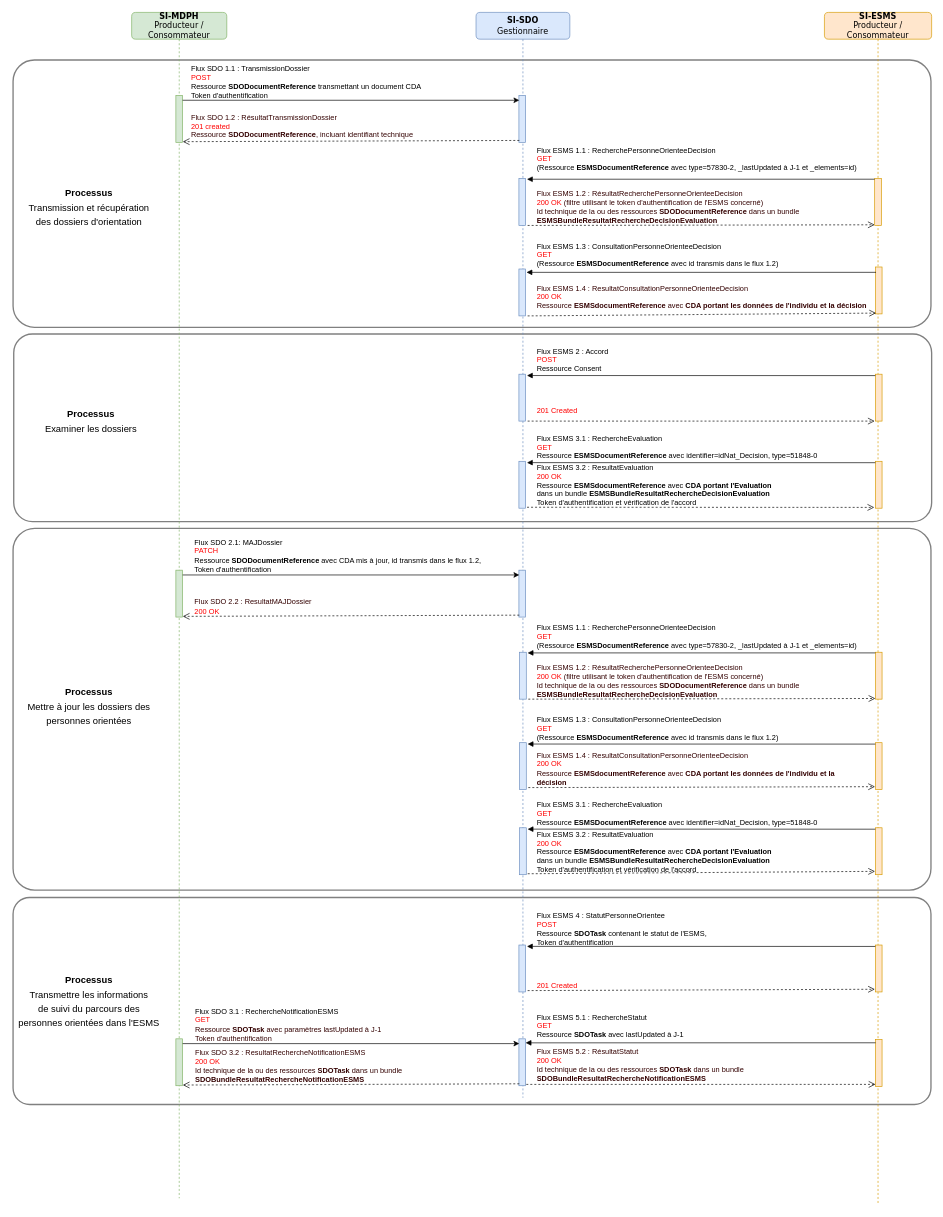
This is input/images/DiagrammeSequence_Global.drawio from ansforge/IG-fhir-medicosocial-suivi-decisions-orientation, a draw.io file, before an edit. Source tidied: cells renumbered, new cells numbered last; positions are measured from the earlier drawing's top-left corner, leaving out a move shared by most shapes. Both pictures are drawn from the tidied source at 67%, with x=0, y=0 at pixel (11, 12).
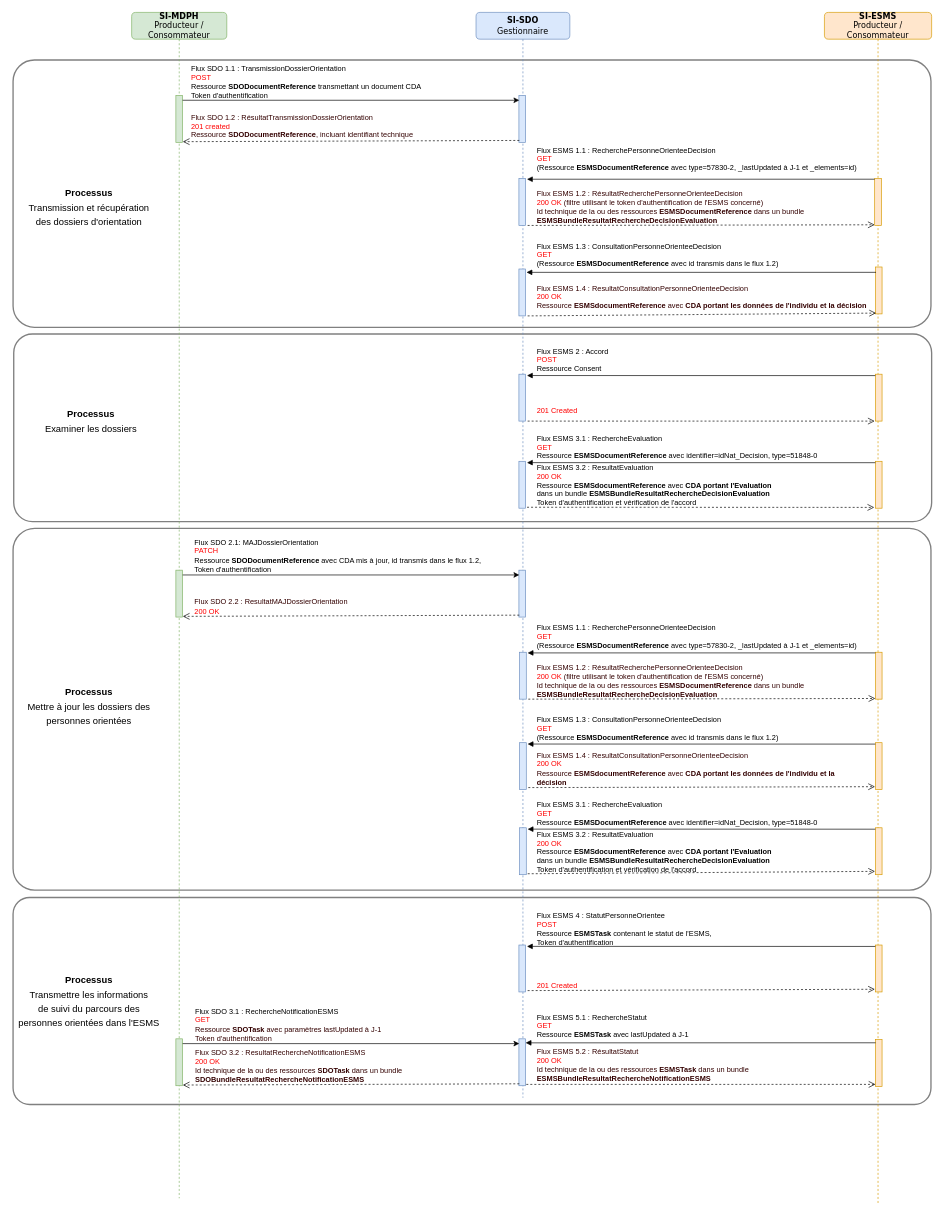
The same diagram, later.

What changed in the source:
```diff
@@
-    <mxCell id="29" value="&lt;div style=&quot;&quot;&gt;&lt;span style=&quot;color: rgb(0, 0, 0); background-color: initial;&quot;&gt;Flux SDO 1.1 : TransmissionDossier&lt;/span&gt;&lt;/div&gt;&lt;div style=&quot;&quot;&gt;&lt;span style=&quot;background-color: initial;&quot;&gt;&lt;font color=&quot;#ff0000&quot;&gt;POST&lt;/font&gt;&lt;/span&gt;&lt;/div&gt;&lt;div style=&quot;color: rgb(0, 0, 0);&quot;&gt;&lt;span style=&quot;background-color: initial;&quot;&gt;Ressource &lt;b&gt;SDODocumentReference &lt;/b&gt;transmettant un document CDA&lt;/span&gt;&lt;/div&gt;&lt;div style=&quot;color: rgb(0, 0, 0);&quot;&gt;&lt;span style=&quot;background-color: initial;&quot;&gt;Token d'authentification&lt;/span&gt;&lt;/div&gt;" style="text;html=1;align=left;verticalAlign=middle;strokeColor=none;fillColor=none;fontSize=11;fontFamily=Helvetica;fontColor=#330000;" parent="1" vertex="1">
+    <mxCell id="29" value="&lt;div style=&quot;&quot;&gt;&lt;span style=&quot;color: rgb(0, 0, 0); background-color: initial;&quot;&gt;Flux SDO 1.1 : TransmissionDossierOrientation&lt;/span&gt;&lt;/div&gt;&lt;div style=&quot;&quot;&gt;&lt;span style=&quot;background-color: initial;&quot;&gt;&lt;font color=&quot;#ff0000&quot;&gt;POST&lt;/font&gt;&lt;/span&gt;&lt;/div&gt;&lt;div style=&quot;color: rgb(0, 0, 0);&quot;&gt;&lt;span style=&quot;background-color: initial;&quot;&gt;Ressource &lt;b&gt;SDODocumentReference &lt;/b&gt;transmettant un document CDA&lt;/span&gt;&lt;/div&gt;&lt;div style=&quot;color: rgb(0, 0, 0);&quot;&gt;&lt;span style=&quot;background-color: initial;&quot;&gt;Token d'authentification&lt;/span&gt;&lt;/div&gt;" style="text;html=1;align=left;verticalAlign=middle;strokeColor=none;fillColor=none;fontSize=11;fontFamily=Helvetica;fontColor=#330000;" parent="1" vertex="1">
       <mxGeometry x="266" y="69" width="370" height="70" as="geometry" />
     </mxCell>
-    <mxCell id="30" value="&lt;div style=&quot;&quot;&gt;&lt;span style=&quot;background-color: rgb(255, 255, 255); color: rgb(51, 0, 0);&quot;&gt;Flux SDO 1.2 : RésultatTransmissionDossier&lt;/span&gt;&lt;/div&gt;&lt;span style=&quot;background-color: rgb(255, 255, 255);&quot;&gt;&lt;div style=&quot;&quot;&gt;201 created&lt;br&gt;&lt;/div&gt;&lt;div style=&quot;&quot;&gt;&lt;font color=&quot;#330000&quot;&gt;Ressource &lt;b&gt;SDODocumentReference&lt;/b&gt;, incluant identifiant technique&lt;/font&gt;&lt;/div&gt;&lt;/span&gt;" style="text;html=1;align=left;verticalAlign=middle;strokeColor=none;fillColor=none;fontSize=11;fontFamily=Helvetica;fontColor=#FF0000;" parent="1" vertex="1">
+    <mxCell id="30" value="&lt;div style=&quot;&quot;&gt;&lt;span style=&quot;background-color: rgb(255, 255, 255); color: rgb(51, 0, 0);&quot;&gt;Flux SDO 1.2 : RésultatTransmissionDossierOrientation&lt;/span&gt;&lt;/div&gt;&lt;span style=&quot;background-color: rgb(255, 255, 255);&quot;&gt;&lt;div style=&quot;&quot;&gt;201 created&lt;br&gt;&lt;/div&gt;&lt;div style=&quot;&quot;&gt;&lt;font color=&quot;#330000&quot;&gt;Ressource &lt;b&gt;SDODocumentReference&lt;/b&gt;, incluant identifiant technique&lt;/font&gt;&lt;/div&gt;&lt;/span&gt;" style="text;html=1;align=left;verticalAlign=middle;strokeColor=none;fillColor=none;fontSize=11;fontFamily=Helvetica;fontColor=#FF0000;" parent="1" vertex="1">
       <mxGeometry x="266" y="145" width="350" height="50" as="geometry" />
     </mxCell>
@@
-    <mxCell id="41" value="&lt;div style=&quot;&quot;&gt;&lt;span style=&quot;background-color: rgb(255, 255, 255); color: rgb(51, 0, 0);&quot;&gt;Flux ESMS 1.2 : RésultatRecherchePersonneOrienteeDecision&lt;/span&gt;&lt;/div&gt;&lt;span style=&quot;background-color: rgb(255, 255, 255);&quot;&gt;&lt;div style=&quot;&quot;&gt;200 OK &lt;font color=&quot;#330000&quot;&gt;(filtre utilisant le token d'authentification de l'ESMS concerné)&lt;/font&gt;&lt;/div&gt;&lt;div style=&quot;color: rgb(51, 0, 0);&quot;&gt;Id technique de la ou des ressources &lt;b&gt;SDODocumentReference &lt;/b&gt;dans un bundle&lt;/div&gt;&lt;div style=&quot;color: rgb(51, 0, 0);&quot;&gt;&lt;b&gt;ESMSBundleResultatRechercheDecisionEvaluation&lt;/b&gt;&lt;br&gt;&lt;/div&gt;&lt;/span&gt;" style="text;html=1;align=left;verticalAlign=middle;strokeColor=none;fillColor=none;fontSize=11;fontFamily=Helvetica;fontColor=#FF0000;" parent="1" vertex="1">
+    <mxCell id="41" value="&lt;div style=&quot;&quot;&gt;&lt;span style=&quot;background-color: rgb(255, 255, 255); color: rgb(51, 0, 0);&quot;&gt;Flux ESMS 1.2 : RésultatRecherchePersonneOrienteeDecision&lt;/span&gt;&lt;/div&gt;&lt;span style=&quot;background-color: rgb(255, 255, 255);&quot;&gt;&lt;div style=&quot;&quot;&gt;200 OK &lt;font color=&quot;#330000&quot;&gt;(filtre utilisant le token d'authentification de l'ESMS concerné)&lt;/font&gt;&lt;/div&gt;&lt;div style=&quot;color: rgb(51, 0, 0);&quot;&gt;Id technique de la ou des ressources &lt;b&gt;ESMSDocumentReference &lt;/b&gt;dans un bundle&lt;/div&gt;&lt;div style=&quot;color: rgb(51, 0, 0);&quot;&gt;&lt;b&gt;ESMSBundleResultatRechercheDecisionEvaluation&lt;/b&gt;&lt;br&gt;&lt;/div&gt;&lt;/span&gt;" style="text;html=1;align=left;verticalAlign=middle;strokeColor=none;fillColor=none;fontSize=11;fontFamily=Helvetica;fontColor=#FF0000;" parent="1" vertex="1">
       <mxGeometry x="782" y="256" width="420" height="70" as="geometry" />
     </mxCell>
@@
-    <mxCell id="56" value="&lt;div style=&quot;&quot;&gt;&lt;span style=&quot;color: rgb(0, 0, 0); background-color: initial;&quot;&gt;Flux ESMS 4 : StatutPersonneOrientee&lt;/span&gt;&lt;/div&gt;&lt;div style=&quot;&quot;&gt;&lt;span style=&quot;background-color: initial;&quot;&gt;&lt;font color=&quot;#ff0000&quot;&gt;POST&lt;/font&gt;&lt;/span&gt;&lt;/div&gt;&lt;div style=&quot;color: rgb(0, 0, 0);&quot;&gt;&lt;span style=&quot;background-color: initial;&quot;&gt;Ressource &lt;b&gt;SDOTask &lt;/b&gt;contenant le statut de l'ESMS,&amp;nbsp;&lt;/span&gt;&lt;/div&gt;&lt;div style=&quot;color: rgb(0, 0, 0);&quot;&gt;&lt;span style=&quot;background-color: initial;&quot;&gt;Token d'authentification&lt;/span&gt;&lt;/div&gt;" style="text;html=1;align=left;verticalAlign=middle;strokeColor=none;fillColor=none;fontSize=11;fontFamily=Helvetica;fontColor=#330000;" parent="1" vertex="1">
+    <mxCell id="56" value="&lt;div style=&quot;&quot;&gt;&lt;span style=&quot;color: rgb(0, 0, 0); background-color: initial;&quot;&gt;Flux ESMS 4 : StatutPersonneOrientee&lt;/span&gt;&lt;/div&gt;&lt;div style=&quot;&quot;&gt;&lt;span style=&quot;background-color: initial;&quot;&gt;&lt;font color=&quot;#ff0000&quot;&gt;POST&lt;/font&gt;&lt;/span&gt;&lt;/div&gt;&lt;div style=&quot;color: rgb(0, 0, 0);&quot;&gt;&lt;span style=&quot;background-color: initial;&quot;&gt;Ressource &lt;b&gt;ESMSTask &lt;/b&gt;contenant le statut de l'ESMS,&amp;nbsp;&lt;/span&gt;&lt;/div&gt;&lt;div style=&quot;color: rgb(0, 0, 0);&quot;&gt;&lt;span style=&quot;background-color: initial;&quot;&gt;Token d'authentification&lt;/span&gt;&lt;/div&gt;" style="text;html=1;align=left;verticalAlign=middle;strokeColor=none;fillColor=none;fontSize=11;fontFamily=Helvetica;fontColor=#330000;" parent="1" vertex="1">
       <mxGeometry x="782" y="1333" width="280" height="70" as="geometry" />
     </mxCell>
@@
-    <mxCell id="60" value="&lt;div style=&quot;&quot;&gt;&lt;span style=&quot;color: rgb(0, 0, 0); background-color: initial;&quot;&gt;Flux ESMS 5.1 : RechercheStatut&lt;/span&gt;&lt;/div&gt;&lt;div style=&quot;&quot;&gt;&lt;span style=&quot;background-color: initial;&quot;&gt;&lt;font color=&quot;#ff0000&quot;&gt;GET&lt;/font&gt;&lt;/span&gt;&lt;/div&gt;&lt;div style=&quot;&quot;&gt;&lt;font style=&quot;&quot; color=&quot;#000000&quot;&gt;Ressource &lt;b&gt;SDOTask &lt;/b&gt;avec lastUpdated à J-1&amp;nbsp;&lt;/font&gt;&lt;/div&gt;" style="text;html=1;align=left;verticalAlign=middle;strokeColor=none;fillColor=none;fontSize=11;fontFamily=Helvetica;fontColor=#330000;" parent="1" vertex="1">
+    <mxCell id="60" value="&lt;div style=&quot;&quot;&gt;&lt;span style=&quot;color: rgb(0, 0, 0); background-color: initial;&quot;&gt;Flux ESMS 5.1 : RechercheStatut&lt;/span&gt;&lt;/div&gt;&lt;div style=&quot;&quot;&gt;&lt;span style=&quot;background-color: initial;&quot;&gt;&lt;font color=&quot;#ff0000&quot;&gt;GET&lt;/font&gt;&lt;/span&gt;&lt;/div&gt;&lt;div style=&quot;&quot;&gt;&lt;font style=&quot;&quot; color=&quot;#000000&quot;&gt;Ressource &lt;b&gt;ESMSTask &lt;/b&gt;avec lastUpdated à J-1&amp;nbsp;&lt;/font&gt;&lt;/div&gt;" style="text;html=1;align=left;verticalAlign=middle;strokeColor=none;fillColor=none;fontSize=11;fontFamily=Helvetica;fontColor=#330000;" parent="1" vertex="1">
       <mxGeometry x="782" y="1488" width="250" height="50" as="geometry" />
     </mxCell>
-    <mxCell id="61" value="&lt;div style=&quot;&quot;&gt;&lt;span style=&quot;background-color: rgb(255, 255, 255); color: rgb(51, 0, 0);&quot;&gt;Flux ESMS 5.2 : RésultatStatut&lt;/span&gt;&lt;/div&gt;&lt;span style=&quot;background-color: rgb(255, 255, 255);&quot;&gt;&lt;div style=&quot;&quot;&gt;200 OK&lt;/div&gt;&lt;div style=&quot;color: rgb(51, 0, 0);&quot;&gt;Id technique de la ou des ressources &lt;b&gt;SDOTask &lt;/b&gt;dans un bundle&lt;/div&gt;&lt;div style=&quot;&quot;&gt;&lt;font color=&quot;#330000&quot;&gt;&lt;b&gt;SDOBundleResultatRechercheNotificationESMS&lt;/b&gt;&lt;/font&gt;&lt;br&gt;&lt;/div&gt;&lt;/span&gt;" style="text;html=1;align=left;verticalAlign=middle;strokeColor=none;fillColor=none;fontSize=11;fontFamily=Helvetica;fontColor=#FF0000;" parent="1" vertex="1">
+    <mxCell id="61" value="&lt;div style=&quot;&quot;&gt;&lt;span style=&quot;background-color: rgb(255, 255, 255); color: rgb(51, 0, 0);&quot;&gt;Flux ESMS 5.2 : RésultatStatut&lt;/span&gt;&lt;/div&gt;&lt;span style=&quot;background-color: rgb(255, 255, 255);&quot;&gt;&lt;div style=&quot;&quot;&gt;200 OK&lt;/div&gt;&lt;div style=&quot;color: rgb(51, 0, 0);&quot;&gt;Id technique de la ou des ressources &lt;b&gt;ESMSTask &lt;/b&gt;dans un bundle&lt;/div&gt;&lt;div style=&quot;&quot;&gt;&lt;font color=&quot;#330000&quot;&gt;&lt;b&gt;ESMSBundleResultatRechercheNotificationESMS&lt;/b&gt;&lt;/font&gt;&lt;br&gt;&lt;/div&gt;&lt;/span&gt;" style="text;html=1;align=left;verticalAlign=middle;strokeColor=none;fillColor=none;fontSize=11;fontFamily=Helvetica;fontColor=#FF0000;" parent="1" vertex="1">
       <mxGeometry x="782" y="1536" width="330" height="70" as="geometry" />
     </mxCell>
@@
-    <mxCell id="64" value="&lt;div style=&quot;&quot;&gt;&lt;span style=&quot;color: rgb(0, 0, 0); background-color: initial;&quot;&gt;Flux SDO 2.1: MAJDossier&lt;/span&gt;&lt;/div&gt;&lt;div&gt;&lt;font style=&quot;&quot; color=&quot;#ff0000&quot;&gt;PATCH&lt;/font&gt;&lt;/div&gt;&lt;div style=&quot;&quot;&gt;&lt;span style=&quot;background-color: initial; color: rgb(0, 0, 0);&quot;&gt;Ressource &lt;b&gt;SDODocumentReference &lt;/b&gt;avec CDA mis à jour, id transmis dans le flux 1.2,&amp;nbsp;&lt;/span&gt;&lt;/div&gt;&lt;div style=&quot;&quot;&gt;&lt;span style=&quot;background-color: initial; color: rgb(0, 0, 0);&quot;&gt;Token d'authentification&lt;/span&gt;&lt;br&gt;&lt;/div&gt;" style="text;html=1;align=left;verticalAlign=middle;strokeColor=none;fillColor=none;fontSize=11;fontFamily=Helvetica;fontColor=#330000;" parent="1" vertex="1">
-      <mxGeometry x="271" y="776" width="450" height="70" as="geometry" />
+    <mxCell id="64" value="&lt;div style=&quot;&quot;&gt;&lt;span style=&quot;color: rgb(0, 0, 0); background-color: initial;&quot;&gt;Flux SDO 2.1: MAJDossierOrientation&lt;/span&gt;&lt;/div&gt;&lt;div&gt;&lt;font color=&quot;#ff0000&quot;&gt;PATCH&lt;/font&gt;&lt;/div&gt;&lt;div style=&quot;&quot;&gt;&lt;span style=&quot;background-color: initial; color: rgb(0, 0, 0);&quot;&gt;Ressource &lt;b&gt;SDODocumentReference &lt;/b&gt;avec CDA mis à jour, id transmis dans le flux 1.2,&amp;nbsp;&lt;/span&gt;&lt;/div&gt;&lt;div style=&quot;&quot;&gt;&lt;span style=&quot;background-color: initial; color: rgb(0, 0, 0);&quot;&gt;Token d'authentification&lt;/span&gt;&lt;br&gt;&lt;/div&gt;" style="text;html=1;align=left;verticalAlign=middle;strokeColor=none;fillColor=none;fontSize=11;fontFamily=Helvetica;fontColor=#330000;" parent="1" vertex="1">
+      <mxGeometry x="271" y="776" width="460" height="70" as="geometry" />
     </mxCell>
-    <mxCell id="65" value="&lt;div style=&quot;&quot;&gt;&lt;span style=&quot;background-color: rgb(255, 255, 255); color: rgb(51, 0, 0);&quot;&gt;Flux SDO 2.2 : ResultatMAJDossier&lt;/span&gt;&lt;/div&gt;&lt;span style=&quot;background-color: rgb(255, 255, 255);&quot;&gt;&lt;div style=&quot;&quot;&gt;200 OK&lt;/div&gt;&lt;/span&gt;" style="text;html=1;align=left;verticalAlign=middle;strokeColor=none;fillColor=none;fontSize=11;fontFamily=Helvetica;fontColor=#FF0000;" parent="1" vertex="1">
-      <mxGeometry x="271" y="867" width="200" height="40" as="geometry" />
+    <mxCell id="65" value="&lt;div style=&quot;&quot;&gt;&lt;span style=&quot;background-color: rgb(255, 255, 255); color: rgb(51, 0, 0);&quot;&gt;Flux SDO 2.2 : ResultatMAJDossierOrientation&lt;/span&gt;&lt;/div&gt;&lt;span style=&quot;background-color: rgb(255, 255, 255);&quot;&gt;&lt;div style=&quot;&quot;&gt;200 OK&lt;/div&gt;&lt;/span&gt;" style="text;html=1;align=left;verticalAlign=middle;strokeColor=none;fillColor=none;fontSize=11;fontFamily=Helvetica;fontColor=#FF0000;" parent="1" vertex="1">
+      <mxGeometry x="271" y="867" width="250" height="40" as="geometry" />
     </mxCell>
@@
-    <mxCell id="75" value="&lt;div style=&quot;&quot;&gt;&lt;span style=&quot;background-color: rgb(255, 255, 255); color: rgb(51, 0, 0);&quot;&gt;Flux ESMS 1.2 : RésultatRecherchePersonneOrienteeDecision&lt;/span&gt;&lt;/div&gt;&lt;span style=&quot;background-color: rgb(255, 255, 255);&quot;&gt;&lt;div style=&quot;&quot;&gt;200 OK &lt;font color=&quot;#330000&quot;&gt;(filtre utilisant le token d'authentification de l'ESMS concerné)&lt;/font&gt;&lt;/div&gt;&lt;div style=&quot;color: rgb(51, 0, 0);&quot;&gt;Id technique de la ou des ressources &lt;b&gt;SDODocumentReference &lt;/b&gt;dans un bundle&lt;/div&gt;&lt;div style=&quot;color: rgb(51, 0, 0);&quot;&gt;&lt;b&gt;ESMSBundleResultatRechercheDecisionEvaluation&lt;/b&gt;&lt;br&gt;&lt;/div&gt;&lt;/span&gt;" style="text;html=1;align=left;verticalAlign=middle;strokeColor=none;fillColor=none;fontSize=11;fontFamily=Helvetica;fontColor=#FF0000;" parent="1" vertex="1">
+    <mxCell id="75" value="&lt;div style=&quot;&quot;&gt;&lt;span style=&quot;background-color: rgb(255, 255, 255); color: rgb(51, 0, 0);&quot;&gt;Flux ESMS 1.2 : RésultatRecherchePersonneOrienteeDecision&lt;/span&gt;&lt;/div&gt;&lt;span style=&quot;background-color: rgb(255, 255, 255);&quot;&gt;&lt;div style=&quot;&quot;&gt;200 OK &lt;font color=&quot;#330000&quot;&gt;(filtre utilisant le token d'authentification de l'ESMS concerné)&lt;/font&gt;&lt;/div&gt;&lt;div style=&quot;color: rgb(51, 0, 0);&quot;&gt;Id technique de la ou des ressources &lt;b&gt;ESMSDocumentReference &lt;/b&gt;dans un bundle&lt;/div&gt;&lt;div style=&quot;color: rgb(51, 0, 0);&quot;&gt;&lt;b&gt;ESMSBundleResultatRechercheDecisionEvaluation&lt;/b&gt;&lt;br&gt;&lt;/div&gt;&lt;/span&gt;" style="text;html=1;align=left;verticalAlign=middle;strokeColor=none;fillColor=none;fontSize=11;fontFamily=Helvetica;fontColor=#FF0000;" parent="1" vertex="1">
       <mxGeometry x="782" y="963" width="420" height="70" as="geometry" />
     </mxCell>
```
